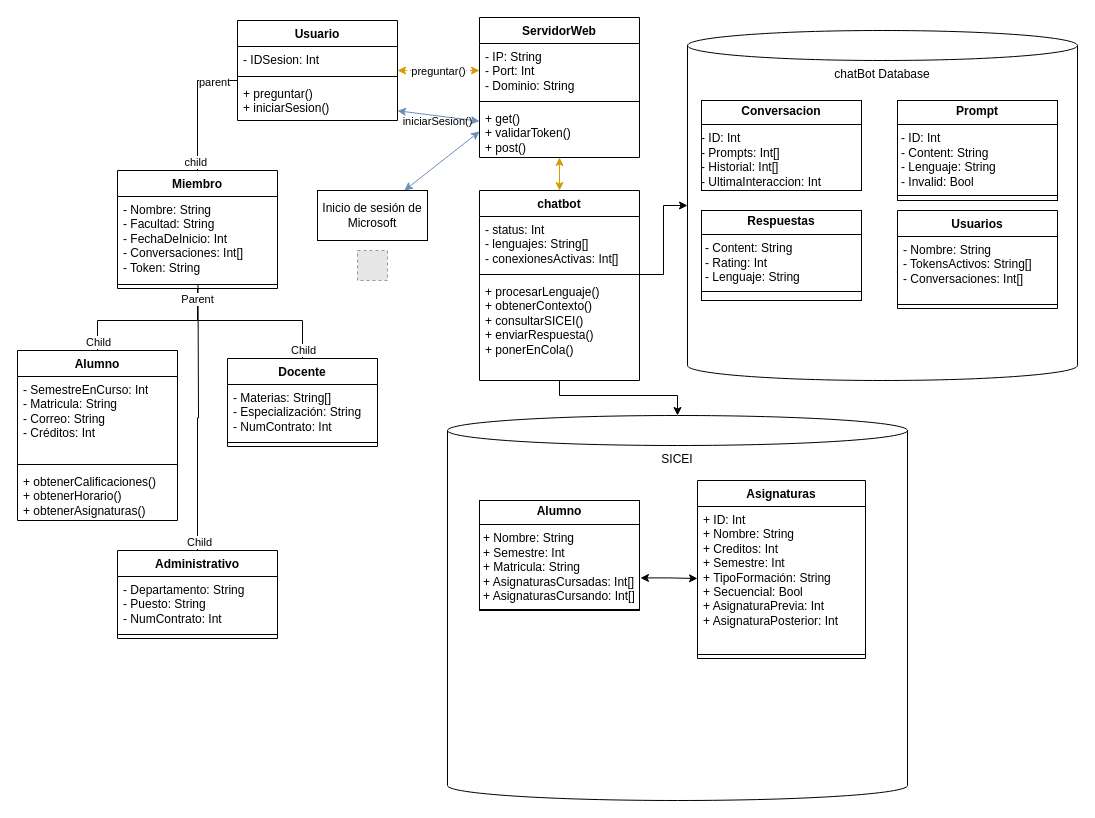
Above: Diagramas[Emmanuel]/UML.drawio in diego-islas8/Proyecto-FIS (draw.io), before the change. Source tidied: cells renumbered, new cells numbered last; positions are measured from the earlier drawing's top-left corner, leaving out a move shared by most shapes. Both pictures are drawn from the tidied source at 100%, with x=0, y=0 at pixel (17, 17). Pictures stored in the file or linked from it are replaced by grey dashed boxes.
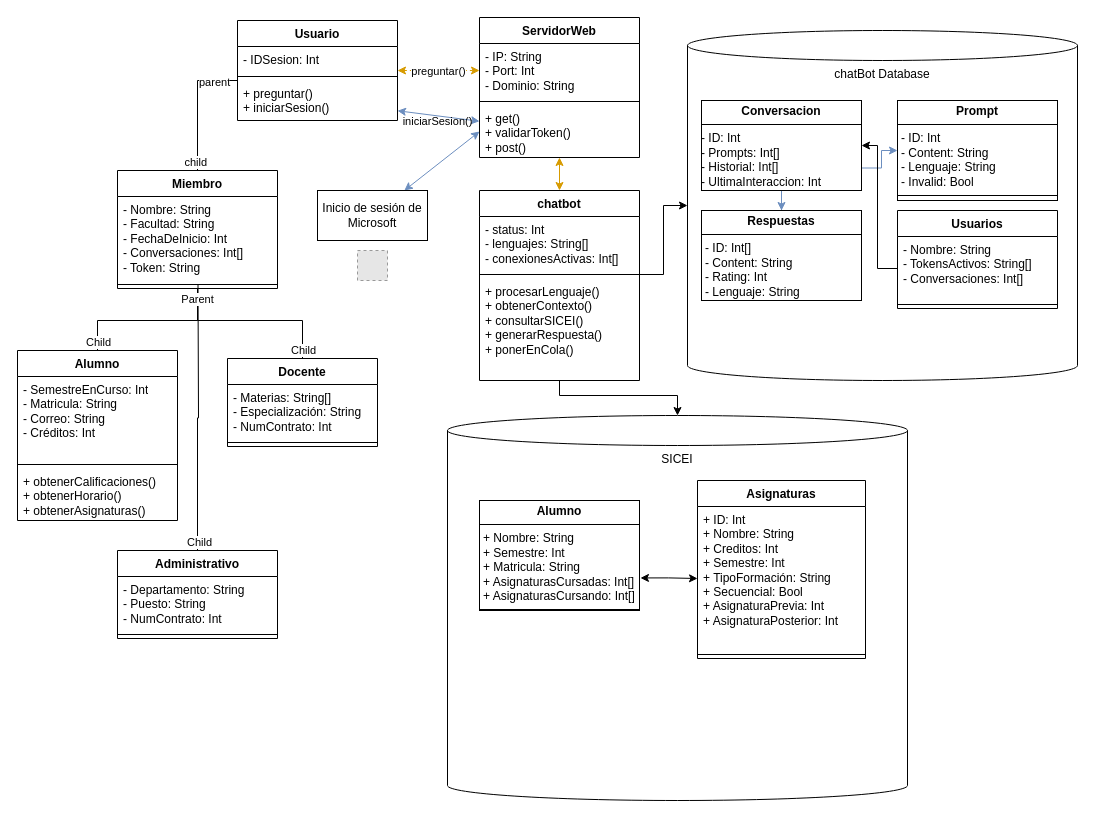
Above is the later version.

Commit message (it also covers changes not shown here):
Ajustes al diagrama/Finalización de la documentación/Gitignore añadido

Unchanged cells that the change refers to:
```xml
<mxCell id="9" value="chatbot" style="swimlane;fontStyle=1;align=center;verticalAlign=top;horizontal=1;startSize=26;whiteSpace=wrap;html=1;" parent="1" vertex="1">
  <mxGeometry x="462" y="173" width="160" height="190" as="geometry" />
</mxCell>
<mxCell id="54" value="&lt;p style=&quot;margin:0px;margin-top:4px;text-align:center;&quot;&gt;&lt;b&gt;Conversacion&lt;/b&gt;&lt;br&gt;&lt;/p&gt;&lt;hr size=&quot;1&quot; style=&quot;border-style:solid;&quot;&gt;&lt;div&gt;- ID: Int&lt;br&gt;&lt;/div&gt;&lt;div&gt;- Prompts: Int[]&lt;br&gt;&lt;/div&gt;&lt;div&gt;- Historial: Int[]&lt;/div&gt;&lt;div&gt;- UltimaInteraccion: Int&lt;br&gt;&lt;/div&gt;&lt;hr size=&quot;1&quot; style=&quot;border-style:solid;&quot;&gt;&lt;p style=&quot;margin:0px;margin-left:4px;&quot;&gt;&lt;br&gt;&lt;/p&gt;" style="verticalAlign=top;align=left;overflow=fill;html=1;whiteSpace=wrap;" parent="1" vertex="1">
  <mxGeometry x="684" y="83" width="160" height="90" as="geometry" />
</mxCell>
<mxCell id="56" value="&lt;p style=&quot;margin:0px;margin-top:4px;text-align:center;&quot;&gt;&lt;b&gt;Prompt&lt;/b&gt;&lt;br&gt;&lt;/p&gt;&lt;hr size=&quot;1&quot; style=&quot;border-style:solid;&quot;&gt;&lt;p style=&quot;margin:0px;margin-left:4px;&quot;&gt;- ID: Int&lt;/p&gt;&lt;p style=&quot;margin:0px;margin-left:4px;&quot;&gt;- Content: String&lt;/p&gt;&lt;p style=&quot;margin:0px;margin-left:4px;&quot;&gt;- Lenguaje: String&lt;/p&gt;&lt;p style=&quot;margin:0px;margin-left:4px;&quot;&gt;- Invalid: Bool&lt;br&gt;&lt;/p&gt;&lt;hr size=&quot;1&quot; style=&quot;border-style:solid;&quot;&gt;&lt;p style=&quot;margin:0px;margin-left:4px;&quot;&gt;+ method(): Type&lt;/p&gt;" style="verticalAlign=top;align=left;overflow=fill;html=1;whiteSpace=wrap;" parent="1" vertex="1">
  <mxGeometry x="880" y="83" width="160" height="100" as="geometry" />
</mxCell>
<mxCell id="58" value="&lt;div&gt;- Nombre: String&lt;/div&gt;&lt;div&gt;- TokensActivos: String[]&lt;br&gt;&lt;/div&gt;&lt;div&gt;- Conversaciones: Int[]&lt;/div&gt;&lt;div&gt;&lt;br&gt;&lt;/div&gt;" style="text;strokeColor=none;fillColor=none;align=left;verticalAlign=top;spacingLeft=4;spacingRight=4;overflow=hidden;points=[[0,0.5],[1,0.5]];portConstraint=eastwest;whiteSpace=wrap;html=1;" parent="57" vertex="1">
  <mxGeometry y="26" width="160" height="64" as="geometry" />
</mxCell>
```

The edit, as a diff of the source:
```diff
@@
-    <mxCell id="12" value="&lt;div&gt;+ procesarLenguaje()&lt;/div&gt;&lt;div&gt;+ obtenerContexto()&lt;/div&gt;&lt;div&gt;+ consultarSICEI()&lt;br&gt;&lt;/div&gt;&lt;div&gt;+ enviarRespuesta()&lt;/div&gt;&lt;div&gt;+ ponerEnCola()&lt;/div&gt;" style="text;strokeColor=none;fillColor=none;align=left;verticalAlign=top;spacingLeft=4;spacingRight=4;overflow=hidden;whiteSpace=wrap;html=1;" parent="9" vertex="1">
+    <mxCell id="12" value="&lt;div&gt;+ procesarLenguaje()&lt;/div&gt;&lt;div&gt;+ obtenerContexto()&lt;/div&gt;&lt;div&gt;+ consultarSICEI()&lt;br&gt;&lt;/div&gt;&lt;div&gt;+ generarRespuesta()&lt;/div&gt;&lt;div&gt;&lt;span style=&quot;background-color: initial;&quot;&gt;+ ponerEnCola()&lt;/span&gt;&lt;/div&gt;" style="text;strokeColor=none;fillColor=none;align=left;verticalAlign=top;spacingLeft=4;spacingRight=4;overflow=hidden;whiteSpace=wrap;html=1;" parent="9" vertex="1">
       <mxGeometry y="88" width="160" height="102" as="geometry" />
     </mxCell>
@@
+    <mxCell id="60" style="edgeStyle=orthogonalEdgeStyle;rounded=0;jettySize=auto;html=1;fillColor=#dae8fc;strokeColor=#6c8ebf;" parent="1" edge="1" source="54" target="55">
+      <mxGeometry relative="1" as="geometry" />
+    </mxCell>
+    <mxCell id="61" style="edgeStyle=orthogonalEdgeStyle;rounded=0;jettySize=auto;html=1;exitX=1;exitY=0.75;exitDx=0;exitDy=0;entryX=0;entryY=0.5;entryDx=0;entryDy=0;fillColor=#dae8fc;strokeColor=#6c8ebf;" parent="1" edge="1" source="54" target="56">
+      <mxGeometry relative="1" as="geometry" />
+    </mxCell>
@@
-    <mxCell id="55" value="&lt;p style=&quot;margin:0px;margin-top:4px;text-align:center;&quot;&gt;&lt;b&gt;Respuestas&lt;/b&gt;&lt;br&gt;&lt;/p&gt;&lt;hr size=&quot;1&quot; style=&quot;border-style:solid;&quot;&gt;&lt;p style=&quot;margin:0px;margin-left:4px;&quot;&gt;- Content: String&lt;/p&gt;&lt;p style=&quot;margin:0px;margin-left:4px;&quot;&gt;- Rating: Int&lt;br&gt;&lt;/p&gt;&lt;p style=&quot;margin:0px;margin-left:4px;&quot;&gt;- Lenguaje: String&lt;/p&gt;&lt;hr size=&quot;1&quot; style=&quot;border-style:solid;&quot;&gt;&lt;p style=&quot;margin:0px;margin-left:4px;&quot;&gt;&lt;br&gt;&lt;/p&gt;" style="verticalAlign=top;align=left;overflow=fill;html=1;whiteSpace=wrap;" parent="1" vertex="1">
+    <mxCell id="55" value="&lt;p style=&quot;margin:0px;margin-top:4px;text-align:center;&quot;&gt;&lt;b&gt;Respuestas&lt;/b&gt;&lt;br&gt;&lt;/p&gt;&lt;hr size=&quot;1&quot; style=&quot;border-style:solid;&quot;&gt;&lt;p style=&quot;margin:0px;margin-left:4px;&quot;&gt;- ID: Int[]&lt;/p&gt;&lt;p style=&quot;margin:0px;margin-left:4px;&quot;&gt;- Content: String&lt;/p&gt;&lt;p style=&quot;margin:0px;margin-left:4px;&quot;&gt;- Rating: Int&lt;br&gt;&lt;/p&gt;&lt;p style=&quot;margin:0px;margin-left:4px;&quot;&gt;- Lenguaje: String&lt;/p&gt;&lt;hr size=&quot;1&quot; style=&quot;border-style:solid;&quot;&gt;&lt;p style=&quot;margin:0px;margin-left:4px;&quot;&gt;&lt;br&gt;&lt;/p&gt;" style="verticalAlign=top;align=left;overflow=fill;html=1;whiteSpace=wrap;" parent="1" vertex="1">
       <mxGeometry x="684" y="193" width="160" height="90" as="geometry" />
     </mxCell>
@@
+    <mxCell id="62" style="edgeStyle=orthogonalEdgeStyle;rounded=0;jettySize=auto;html=1;exitX=0;exitY=0.5;exitDx=0;exitDy=0;entryX=1;entryY=0.5;entryDx=0;entryDy=0;" parent="1" edge="1" source="58" target="54">
+      <mxGeometry relative="1" as="geometry">
+        <Array as="points">
+          <mxPoint x="860" y="251" />
+          <mxPoint x="860" y="128" />
+        </Array>
+      </mxGeometry>
+    </mxCell>
```
